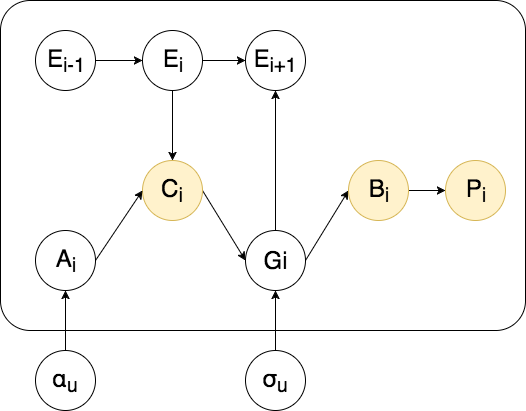
The draw.io diagram model_form_1.png in chzlithoo/peekaboo, before a commit. Source tidied: cells renumbered, new cells last; positions are measured from the earlier drawing's top-left corner, leaving out a move shared by most shapes. Its diagram source:
```xml
<mxGraphModel background="#ffffff">
  <root>
    <mxCell id="0" />
    <mxCell id="1" parent="0" />
    <mxCell id="2" style="rounded=1;whiteSpace=wrap;html=1;arcSize=9;" parent="1" vertex="1">
      <mxGeometry width="525" height="330" as="geometry" />
    </mxCell>
    <mxCell id="3" style="rounded=0;html=1;entryX=0.5;entryY=0;jettySize=auto;" parent="1" edge="1" source="5" target="11">
      <mxGeometry relative="1" as="geometry" />
    </mxCell>
    <mxCell id="4" style="edgeStyle=none;rounded=0;html=1;exitX=1;exitY=0.5;jettySize=auto;" parent="1" edge="1" source="5" target="18">
      <mxGeometry relative="1" as="geometry" />
    </mxCell>
    <mxCell id="5" value="&lt;font style=&quot;font-size: 24px&quot;&gt;E&lt;sub&gt;i&lt;/sub&gt;&lt;/font&gt;" style="ellipse;whiteSpace=wrap;html=1;" parent="1" vertex="1">
      <mxGeometry x="142" y="30" width="60" height="60" as="geometry" />
    </mxCell>
    <mxCell id="6" value="&lt;font style=&quot;font-size: 24px&quot;&gt;A&lt;sub&gt;i&lt;/sub&gt;&lt;/font&gt;" style="ellipse;whiteSpace=wrap;html=1;" parent="1" vertex="1">
      <mxGeometry x="35" y="230" width="60" height="60" as="geometry" />
    </mxCell>
    <mxCell id="7" style="edgeStyle=none;rounded=0;html=1;exitX=1;exitY=0.5;entryX=0;entryY=0.5;jettySize=auto;" parent="1" edge="1" source="9" target="13">
      <mxGeometry relative="1" as="geometry" />
    </mxCell>
    <mxCell id="8" style="edgeStyle=none;rounded=0;html=1;exitX=0.5;exitY=0;jettySize=auto;" parent="1" edge="1" source="9" target="18">
      <mxGeometry relative="1" as="geometry" />
    </mxCell>
    <mxCell id="9" value="&lt;font&gt;&lt;sub&gt;&lt;span style=&quot;font-size: 24px&quot;&gt;Gi&lt;/span&gt;&lt;/sub&gt;&lt;/font&gt;" style="ellipse;whiteSpace=wrap;html=1;" parent="1" vertex="1">
      <mxGeometry x="245" y="230" width="60" height="60" as="geometry" />
    </mxCell>
    <mxCell id="10" style="edgeStyle=none;rounded=0;html=1;exitX=1;exitY=0.5;entryX=0;entryY=0.5;jettySize=auto;" parent="1" edge="1" source="11" target="9">
      <mxGeometry relative="1" as="geometry" />
    </mxCell>
    <mxCell id="11" value="&lt;font style=&quot;font-size: 24px&quot;&gt;C&lt;sub&gt;i&lt;/sub&gt;&lt;/font&gt;" style="ellipse;whiteSpace=wrap;html=1;fillColor=#fff2cc;strokeColor=#d6b656;" parent="1" vertex="1">
      <mxGeometry x="142" y="160" width="60" height="60" as="geometry" />
    </mxCell>
    <mxCell id="12" style="edgeStyle=none;rounded=0;html=1;exitX=1;exitY=0.5;jettySize=auto;" parent="1" edge="1" source="13" target="14">
      <mxGeometry relative="1" as="geometry" />
    </mxCell>
    <mxCell id="13" value="&lt;span style=&quot;font-size: 24px&quot;&gt;B&lt;sub&gt;i&lt;/sub&gt;&lt;/span&gt;" style="ellipse;whiteSpace=wrap;html=1;fillColor=#fff2cc;strokeColor=#d6b656;" parent="1" vertex="1">
      <mxGeometry x="348" y="160" width="60" height="60" as="geometry" />
    </mxCell>
    <mxCell id="14" value="&lt;span style=&quot;font-size: 24px&quot;&gt;P&lt;sub&gt;i&lt;/sub&gt;&lt;/span&gt;" style="ellipse;whiteSpace=wrap;html=1;fillColor=#fff2cc;strokeColor=#d6b656;" parent="1" vertex="1">
      <mxGeometry x="445" y="160" width="60" height="60" as="geometry" />
    </mxCell>
    <mxCell id="15" style="endArrow=classic;html=1;entryX=0;entryY=0.5;exitX=1;exitY=0.5;" parent="1" edge="1" source="6" target="11">
      <mxGeometry relative="1" as="geometry" />
    </mxCell>
    <mxCell id="16" style="edgeStyle=none;rounded=0;html=1;exitX=1;exitY=0.5;entryX=0;entryY=0.5;jettySize=auto;" parent="1" edge="1" source="17" target="5">
      <mxGeometry relative="1" as="geometry" />
    </mxCell>
    <mxCell id="17" value="&lt;font style=&quot;font-size: 24px&quot;&gt;E&lt;sub&gt;i-1&lt;/sub&gt;&lt;/font&gt;" style="ellipse;whiteSpace=wrap;html=1;" parent="1" vertex="1">
      <mxGeometry x="35" y="30" width="60" height="60" as="geometry" />
    </mxCell>
    <mxCell id="18" value="&lt;font style=&quot;font-size: 24px&quot;&gt;E&lt;sub&gt;i+1&lt;/sub&gt;&lt;/font&gt;" style="ellipse;whiteSpace=wrap;html=1;" parent="1" vertex="1">
      <mxGeometry x="245" y="30" width="60" height="60" as="geometry" />
    </mxCell>
    <mxCell id="19" style="edgeStyle=none;rounded=0;html=1;exitX=0.5;exitY=0;entryX=0.5;entryY=1;jettySize=auto;" parent="1" edge="1" source="20" target="6">
      <mxGeometry relative="1" as="geometry" />
    </mxCell>
    <mxCell id="20" value="&lt;span style=&quot;font-size: 24px&quot;&gt;α&lt;sub&gt;u&lt;/sub&gt;&lt;/span&gt;" style="ellipse;whiteSpace=wrap;html=1;" parent="1" vertex="1">
      <mxGeometry x="35" y="350" width="60" height="60" as="geometry" />
    </mxCell>
    <mxCell id="21" style="edgeStyle=none;rounded=0;html=1;exitX=0.5;exitY=0;jettySize=auto;" parent="1" edge="1" source="22" target="9">
      <mxGeometry relative="1" as="geometry" />
    </mxCell>
    <mxCell id="22" value="&lt;span style=&quot;font-size: 24px&quot;&gt;σ&lt;sub&gt;u&lt;/sub&gt;&lt;/span&gt;" style="ellipse;whiteSpace=wrap;html=1;" parent="1" vertex="1">
      <mxGeometry x="245" y="350" width="60" height="60" as="geometry" />
    </mxCell>
  </root>
</mxGraphModel>
```
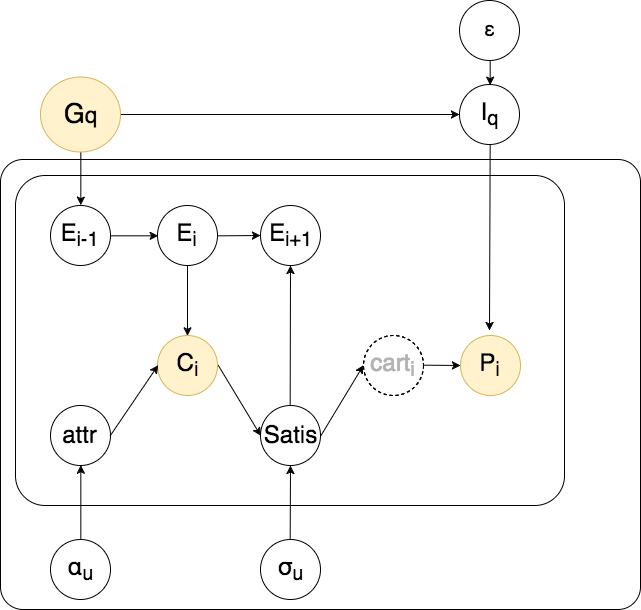
After the commit.

Change to the diagram source:
```diff
@@ -2,8 +2,11 @@
   <root>
     <mxCell id="0" />
     <mxCell id="1" parent="0" />
+    <mxCell id="23" style="rounded=1;whiteSpace=wrap;html=1;fillColor=none;arcSize=5;" parent="1" vertex="1">
+      <mxGeometry x="-15" y="-16" width="640" height="450" as="geometry" />
+    </mxCell>
     <mxCell id="2" style="rounded=1;whiteSpace=wrap;html=1;arcSize=9;" parent="1" vertex="1">
-      <mxGeometry width="525" height="330" as="geometry" />
+      <mxGeometry width="549" height="330" as="geometry" />
     </mxCell>
     <mxCell id="3" style="rounded=0;html=1;entryX=0.5;entryY=0;jettySize=auto;" parent="1" edge="1" source="5" target="11">
       <mxGeometry relative="1" as="geometry" />
@@ -14,7 +17,7 @@
     <mxCell id="5" value="&lt;font style=&quot;font-size: 24px&quot;&gt;E&lt;sub&gt;i&lt;/sub&gt;&lt;/font&gt;" style="ellipse;whiteSpace=wrap;html=1;" parent="1" vertex="1">
       <mxGeometry x="142" y="30" width="60" height="60" as="geometry" />
     </mxCell>
-    <mxCell id="6" value="&lt;font style=&quot;font-size: 24px&quot;&gt;A&lt;sub&gt;i&lt;/sub&gt;&lt;/font&gt;" style="ellipse;whiteSpace=wrap;html=1;" parent="1" vertex="1">
+    <mxCell id="6" value="&lt;span style=&quot;font-size: 24px&quot;&gt;attr&lt;/span&gt;" style="ellipse;whiteSpace=wrap;html=1;" parent="1" vertex="1">
       <mxGeometry x="35" y="230" width="60" height="60" as="geometry" />
     </mxCell>
     <mxCell id="7" style="edgeStyle=none;rounded=0;html=1;exitX=1;exitY=0.5;entryX=0;entryY=0.5;jettySize=auto;" parent="1" edge="1" source="9" target="13">
@@ -23,7 +26,7 @@
     <mxCell id="8" style="edgeStyle=none;rounded=0;html=1;exitX=0.5;exitY=0;jettySize=auto;" parent="1" edge="1" source="9" target="18">
       <mxGeometry relative="1" as="geometry" />
     </mxCell>
-    <mxCell id="9" value="&lt;font&gt;&lt;sub&gt;&lt;span style=&quot;font-size: 24px&quot;&gt;Gi&lt;/span&gt;&lt;/sub&gt;&lt;/font&gt;" style="ellipse;whiteSpace=wrap;html=1;" parent="1" vertex="1">
+    <mxCell id="9" value="&lt;font&gt;&lt;sub&gt;&lt;span style=&quot;font-size: 24px&quot;&gt;Satis&lt;/span&gt;&lt;/sub&gt;&lt;/font&gt;" style="ellipse;whiteSpace=wrap;html=1;" parent="1" vertex="1">
       <mxGeometry x="245" y="230" width="60" height="60" as="geometry" />
     </mxCell>
     <mxCell id="10" style="edgeStyle=none;rounded=0;html=1;exitX=1;exitY=0.5;entryX=0;entryY=0.5;jettySize=auto;" parent="1" edge="1" source="11" target="9">
@@ -35,7 +38,7 @@
     <mxCell id="12" style="edgeStyle=none;rounded=0;html=1;exitX=1;exitY=0.5;jettySize=auto;" parent="1" edge="1" source="13" target="14">
       <mxGeometry relative="1" as="geometry" />
     </mxCell>
-    <mxCell id="13" value="&lt;span style=&quot;font-size: 24px&quot;&gt;B&lt;sub&gt;i&lt;/sub&gt;&lt;/span&gt;" style="ellipse;whiteSpace=wrap;html=1;fillColor=#fff2cc;strokeColor=#d6b656;" parent="1" vertex="1">
+    <mxCell id="13" value="&lt;span style=&quot;font-size: 24px&quot;&gt;&lt;font color=&quot;#b3b3b3&quot;&gt;cart&lt;sub&gt;i&lt;/sub&gt;&lt;/font&gt;&lt;/span&gt;" style="ellipse;whiteSpace=wrap;html=1;fillColor=#ffffff;strokeColor=#000000;dashed=1;" parent="1" vertex="1">
       <mxGeometry x="348" y="160" width="60" height="60" as="geometry" />
     </mxCell>
     <mxCell id="14" value="&lt;span style=&quot;font-size: 24px&quot;&gt;P&lt;sub&gt;i&lt;/sub&gt;&lt;/span&gt;" style="ellipse;whiteSpace=wrap;html=1;fillColor=#fff2cc;strokeColor=#d6b656;" parent="1" vertex="1">
@@ -57,13 +60,36 @@
       <mxGeometry relative="1" as="geometry" />
     </mxCell>
     <mxCell id="20" value="&lt;span style=&quot;font-size: 24px&quot;&gt;α&lt;sub&gt;u&lt;/sub&gt;&lt;/span&gt;" style="ellipse;whiteSpace=wrap;html=1;" parent="1" vertex="1">
-      <mxGeometry x="35" y="350" width="60" height="60" as="geometry" />
+      <mxGeometry x="35" y="364" width="60" height="60" as="geometry" />
     </mxCell>
     <mxCell id="21" style="edgeStyle=none;rounded=0;html=1;exitX=0.5;exitY=0;jettySize=auto;" parent="1" edge="1" source="22" target="9">
       <mxGeometry relative="1" as="geometry" />
     </mxCell>
     <mxCell id="22" value="&lt;span style=&quot;font-size: 24px&quot;&gt;σ&lt;sub&gt;u&lt;/sub&gt;&lt;/span&gt;" style="ellipse;whiteSpace=wrap;html=1;" parent="1" vertex="1">
-      <mxGeometry x="245" y="350" width="60" height="60" as="geometry" />
+      <mxGeometry x="245" y="364" width="60" height="60" as="geometry" />
     </mxCell>
+    <mxCell id="24" style="edgeStyle=none;rounded=0;html=1;exitX=0.5;exitY=1;jettySize=auto;" parent="1" edge="1" source="25">
+      <mxGeometry relative="1" as="geometry">
+        <mxPoint x="474" y="155" as="targetPoint" />
+      </mxGeometry>
+    </mxCell>
+    <mxCell id="25" value="&lt;font&gt;&lt;span style=&quot;font-size: 24px&quot;&gt;I&lt;sub&gt;q&lt;/sub&gt;&lt;/span&gt;&lt;/font&gt;" style="ellipse;whiteSpace=wrap;html=1;" parent="1" vertex="1">
+      <mxGeometry x="444" y="-91" width="60" height="60" as="geometry" />
+    </mxCell>
+    <mxCell id="26" style="edgeStyle=none;rounded=0;html=1;exitX=0.5;exitY=1;entryX=0.5;entryY=0;jettySize=auto;" parent="1" edge="1" source="28" target="17">
+      <mxGeometry relative="1" as="geometry" />
+    </mxCell>
+    <mxCell id="27" style="edgeStyle=none;rounded=0;html=1;exitX=1;exitY=0.5;entryX=0;entryY=0.5;jettySize=auto;" parent="1" edge="1" source="28" target="25">
+      <mxGeometry relative="1" as="geometry" />
+    </mxCell>
+    <mxCell id="28" value="&lt;font style=&quot;font-size: 27px&quot;&gt;G&lt;/font&gt;&lt;font style=&quot;font-size: 22.5px&quot;&gt;q&lt;/font&gt;" style="ellipse;whiteSpace=wrap;html=1;fillColor=#fff2cc;strokeColor=#d6b656;" parent="1" vertex="1">
+      <mxGeometry x="25" y="-99" width="80" height="75" as="geometry" />
+    </mxCell>
+    <mxCell id="29" style="edgeStyle=none;rounded=0;html=1;exitX=0.5;exitY=1;entryX=0.5;entryY=0;jettySize=auto;" parent="1" edge="1" source="30" target="25">
+      <mxGeometry relative="1" as="geometry" />
+    </mxCell>
+    <mxCell id="30" value="&lt;span style=&quot;font-size: 20px&quot;&gt;ε&lt;/span&gt;" style="ellipse;whiteSpace=wrap;html=1;" parent="1" vertex="1">
+      <mxGeometry x="444" y="-175" width="60" height="60" as="geometry" />
+    </mxCell>
   </root>
 </mxGraphModel>
```
